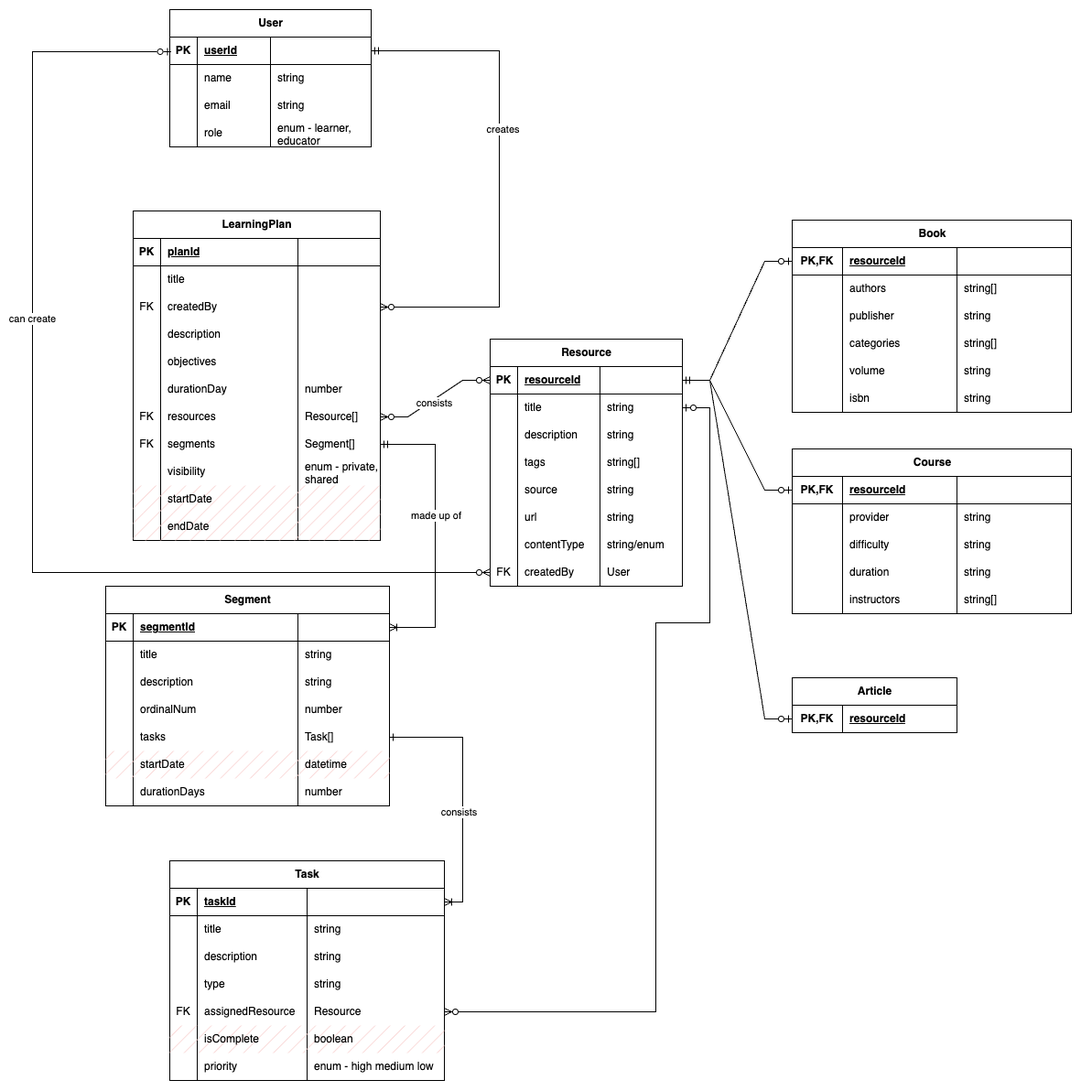
Before: elle.drawio.png, a diagram exported from draw.io (suha-nathan/ellev2). Source tidied: cells renumbered, new cells last; positions are measured from the earlier drawing's top-left corner, leaving out a move shared by most shapes.
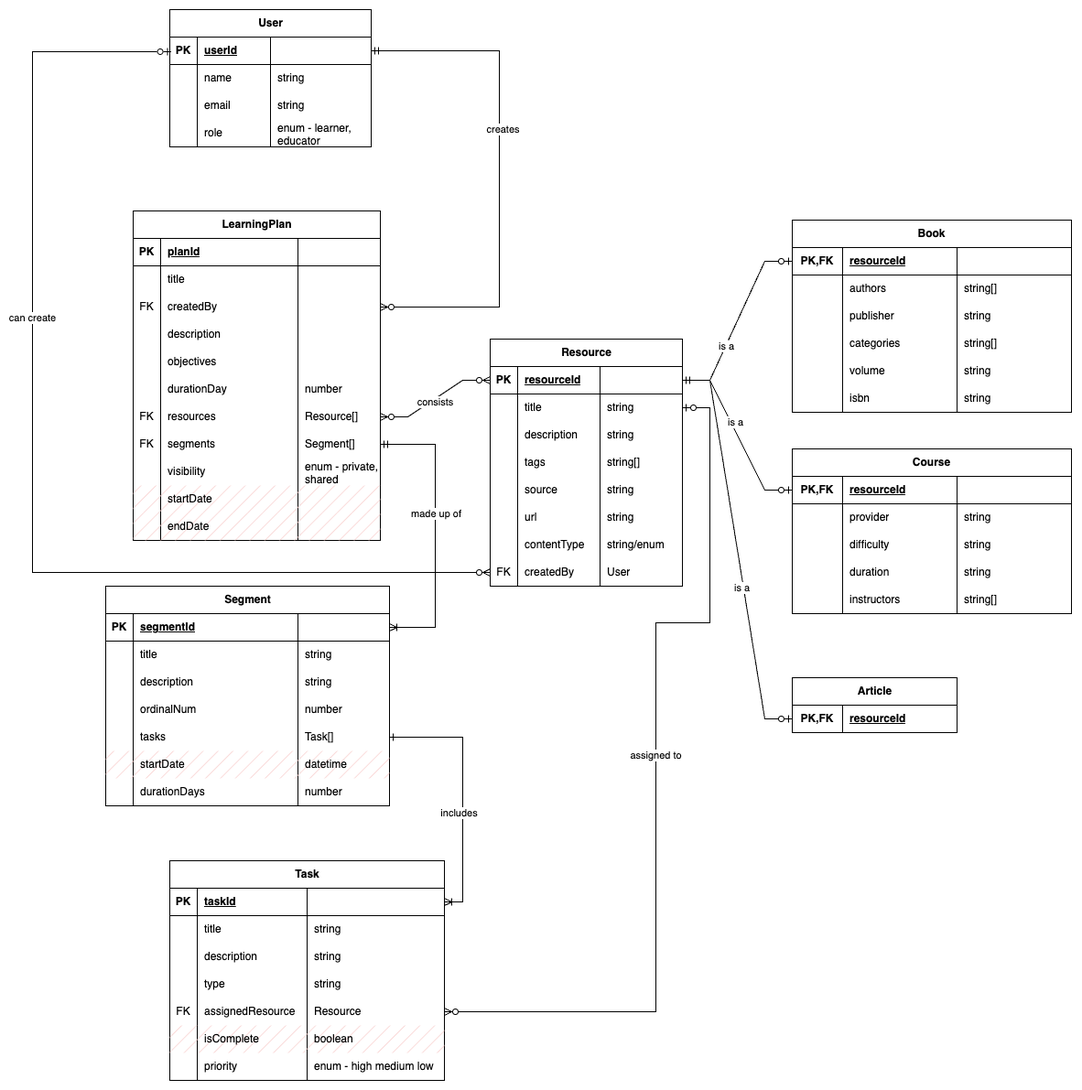
The same file after the commit.

The edit, as a diff of the source:
```diff
@@ -179,6 +179,9 @@
     <mxCell id="60" style="edgeStyle=entityRelationEdgeStyle;fontSize=12;html=1;endArrow=ERzeroToOne;startArrow=ERmandOne;rounded=0;exitX=1;exitY=0.5;exitDx=0;exitDy=0;entryX=0;entryY=0.5;entryDx=0;entryDy=0;endFill=0;" parent="1" edge="1" source="3" target="36">
       <mxGeometry relative="1" as="geometry" />
     </mxCell>
+    <mxCell id="220" value="is a" style="edgeLabel;html=1;align=center;verticalAlign=middle;" parent="60" vertex="1">
+      <mxGeometry x="-0.29" relative="1" as="geometry" />
+    </mxCell>
     <mxCell id="61" value="Course" style="shape=table;startSize=30;rowLines=0;fontStyle=1;align=center;html=1;" parent="1" vertex="1">
       <mxGeometry x="830" y="480" width="305" height="180" as="geometry" />
     </mxCell>
@@ -245,6 +248,11 @@
     <mxCell id="82" style="edgeStyle=entityRelationEdgeStyle;fontSize=12;html=1;endArrow=ERzeroToOne;startArrow=ERmandOne;rounded=0;exitX=1;exitY=0.5;exitDx=0;exitDy=0;entryX=0;entryY=0.5;entryDx=0;entryDy=0;endFill=0;" parent="1" edge="1" source="3" target="62">
       <mxGeometry relative="1" as="geometry" />
     </mxCell>
+    <mxCell id="221" value="is a" style="edgeLabel;html=1;align=center;verticalAlign=middle;" parent="82" vertex="1">
+      <mxGeometry x="-0.15" y="3" relative="1" as="geometry">
+        <mxPoint x="1" as="offset" />
+      </mxGeometry>
+    </mxCell>
     <mxCell id="83" value="LearningPlan" style="shape=table;startSize=30;rowLines=0;fontStyle=1;align=center;html=1;" parent="1" vertex="1">
       <mxGeometry x="110" y="220" width="270" height="360" as="geometry" />
     </mxCell>
@@ -446,6 +454,11 @@
     <mxCell id="149" style="edgeStyle=entityRelationEdgeStyle;fontSize=12;html=1;endArrow=ERzeroToOne;startArrow=ERmandOne;rounded=0;exitX=1;exitY=0.5;exitDx=0;exitDy=0;entryX=0;entryY=0.5;entryDx=0;entryDy=0;endFill=0;" parent="1" edge="1" source="3" target="146">
       <mxGeometry relative="1" as="geometry" />
     </mxCell>
+    <mxCell id="222" value="is a" style="edgeLabel;html=1;align=center;verticalAlign=middle;" parent="149" vertex="1">
+      <mxGeometry x="0.19" y="-2" relative="1" as="geometry">
+        <mxPoint y="-1" as="offset" />
+      </mxGeometry>
+    </mxCell>
     <mxCell id="150" style="edgeStyle=entityRelationEdgeStyle;fontSize=12;html=1;endArrow=ERzeroToMany;endFill=1;startArrow=ERzeroToMany;rounded=0;exitX=1;exitY=0.5;exitDx=0;exitDy=0;" parent="1" edge="1" source="108" target="3">
       <mxGeometry relative="1" as="geometry" />
     </mxCell>
@@ -656,7 +669,7 @@
     <mxCell id="215" style="edgeStyle=orthogonalEdgeStyle;rounded=0;jettySize=auto;html=1;exitX=1;exitY=0.5;exitDx=0;exitDy=0;entryX=1;entryY=0.5;entryDx=0;entryDy=0;endArrow=ERoneToMany;endFill=0;startArrow=ERone;startFill=0;" parent="1" edge="1" source="171" target="187">
       <mxGeometry relative="1" as="geometry" />
     </mxCell>
-    <mxCell id="216" value="consists" style="edgeLabel;html=1;align=center;verticalAlign=middle;" parent="215" vertex="1">
+    <mxCell id="216" value="includes" style="edgeLabel;html=1;align=center;verticalAlign=middle;" parent="215" vertex="1">
       <mxGeometry x="-0.03" relative="1" as="geometry">
         <mxPoint x="-5" y="26" as="offset" />
       </mxGeometry>
@@ -671,6 +684,9 @@
         </Array>
       </mxGeometry>
     </mxCell>
+    <mxCell id="223" value="assigned to" style="edgeLabel;html=1;align=center;verticalAlign=middle;" parent="217" vertex="1">
+      <mxGeometry x="0.04" y="1" relative="1" as="geometry" />
+    </mxCell>
     <mxCell id="218" style="edgeStyle=orthogonalEdgeStyle;rounded=0;jettySize=auto;html=1;endArrow=ERzeroToMany;endFill=0;startArrow=ERzeroToOne;startFill=0;exitX=0.007;exitY=0.532;exitDx=0;exitDy=0;exitPerimeter=0;" parent="1" edge="1" source="129" target="31">
       <mxGeometry relative="1" as="geometry">
         <Array as="points">
```
